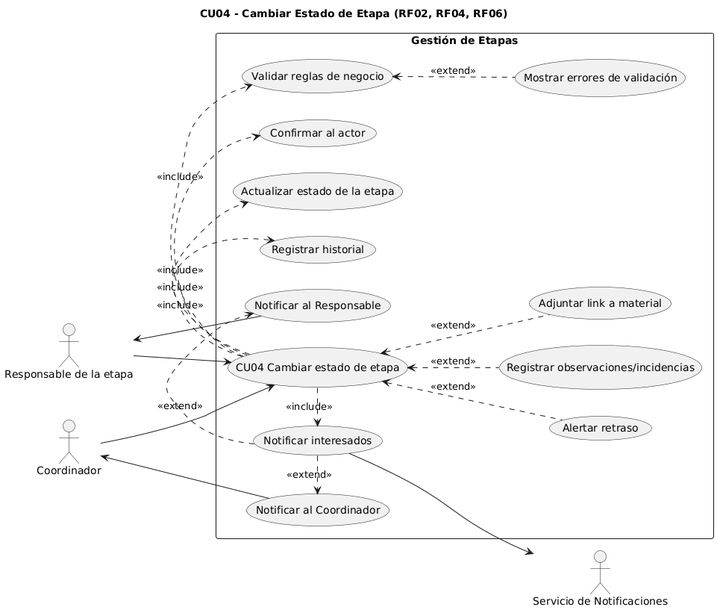
This is diagramas/02-casos-de-uso/02-cambiar-estado-etapa-caso-uso-04.png from dantebiondi666-prog/SistemaProductoraVideos, a PlantUML export, as it was before one commit.
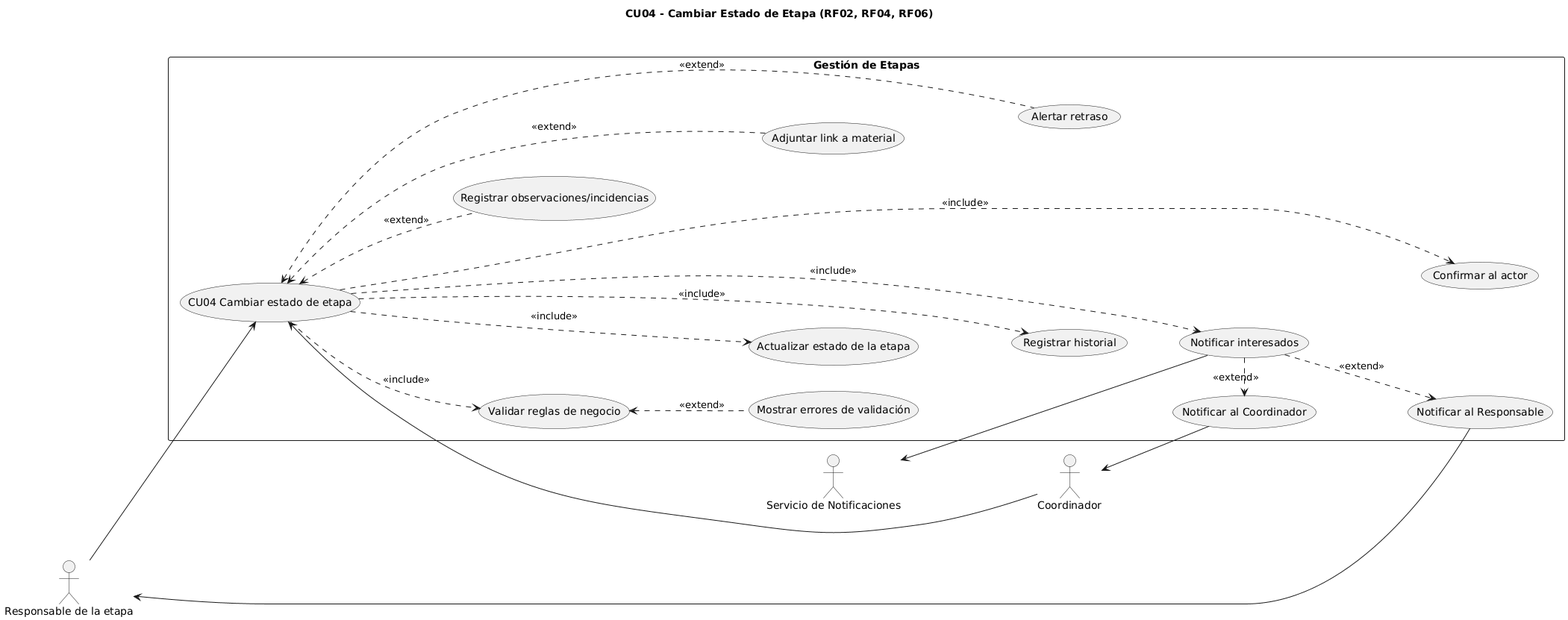
The same file after the commit.

The edit, as a diff of the source:
```diff
@@ -1,7 +1,6 @@
 @startuml
 title CU04 - Cambiar Estado de Etapa (RF02, RF04, RF06)
 left to right direction
-
 
 actor "Responsable de la etapa" as Responsable
 actor Coordinador
@@ -14,12 +13,27 @@
   usecase "Registrar historial" as UC_Historial
   usecase "Notificar interesados" as UC_Notificar
   usecase "Confirmar al actor" as UC_Confirmar
+
   usecase "Mostrar errores de validación" as UC_Errores
   usecase "Registrar observaciones/incidencias" as UC_Obs
   usecase "Adjuntar link a material" as UC_Link
   usecase "Alertar retraso" as UC_Retraso
+
   usecase "Notificar al Coordinador" as UC_NotifCoord
   usecase "Notificar al Responsable" as UC_NotifResp
+
+  CU04        -[hidden]-> UC_Validar
+  UC_Validar  -[hidden]-> UC_Actualizar
+  UC_Actualizar-[hidden]-> UC_Historial
+  UC_Historial-[hidden]-> UC_Notificar
+  UC_Notificar-[hidden]-> UC_Confirmar
+
+  UC_Errores -[hidden]-> UC_Validar
+
+  UC_Obs  -[hidden]-> UC_Link
+  UC_Link -[hidden]-> UC_Retraso
+
+  UC_NotifCoord -[hidden]-> UC_NotifResp
 }
 
 Responsable --> CU04
@@ -31,7 +45,6 @@
 CU04 .> UC_Notificar : <<include>>
 CU04 .> UC_Confirmar : <<include>>
 
-
 UC_Validar <.. UC_Errores : <<extend>>
 CU04 <.. UC_Obs    : <<extend>>
 CU04 <.. UC_Link   : <<extend>>
@@ -42,4 +55,6 @@
 UC_Notificar .> UC_NotifResp  : <<extend>>
 Coordinador  <-- UC_NotifCoord
 Responsable  <-- UC_NotifResp
+
+Notif -[hidden]-> Coordinador
 @enduml
```
